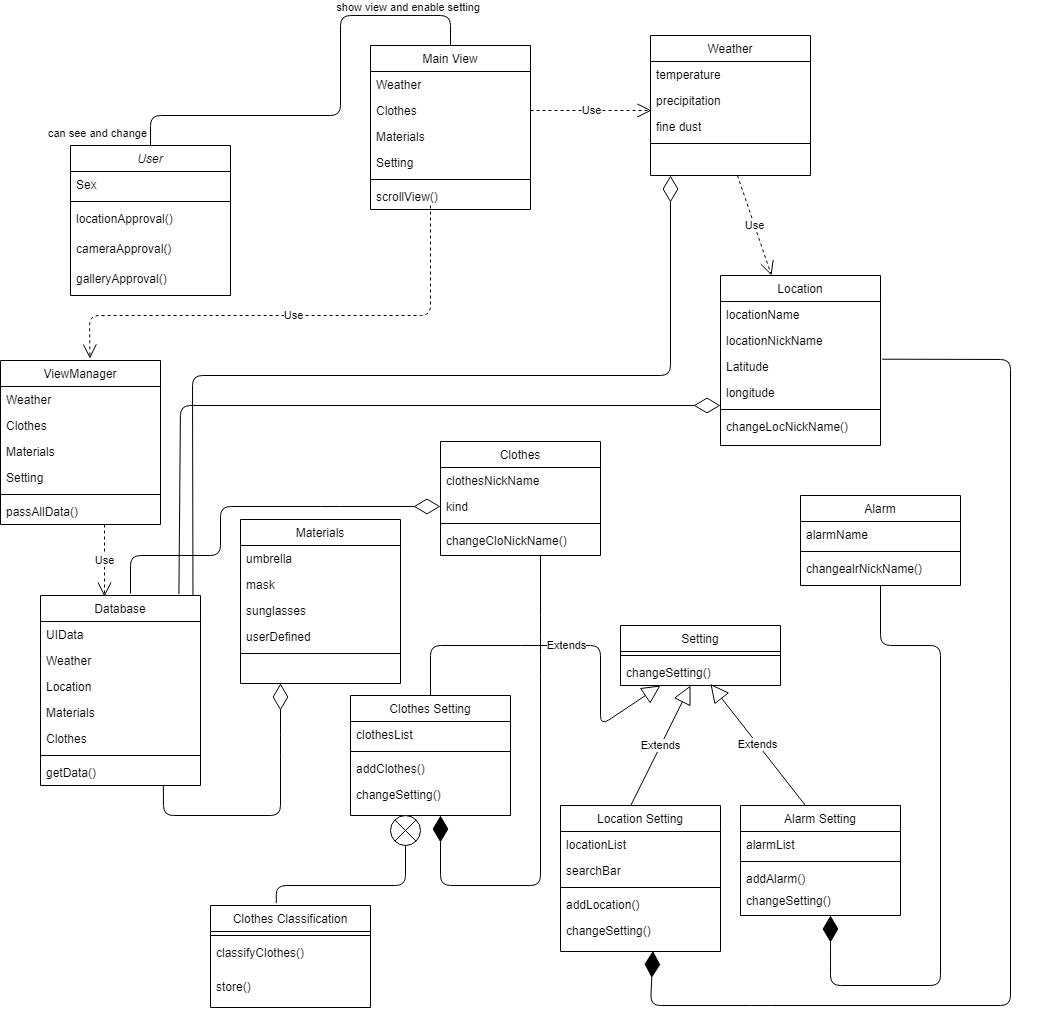
Earlier version of the draw.io export class1.png (kong430/Moning-diagram). Source tidied: cells renumbered, new cells last; positions are measured from the earlier drawing's top-left corner, leaving out a move shared by most shapes.
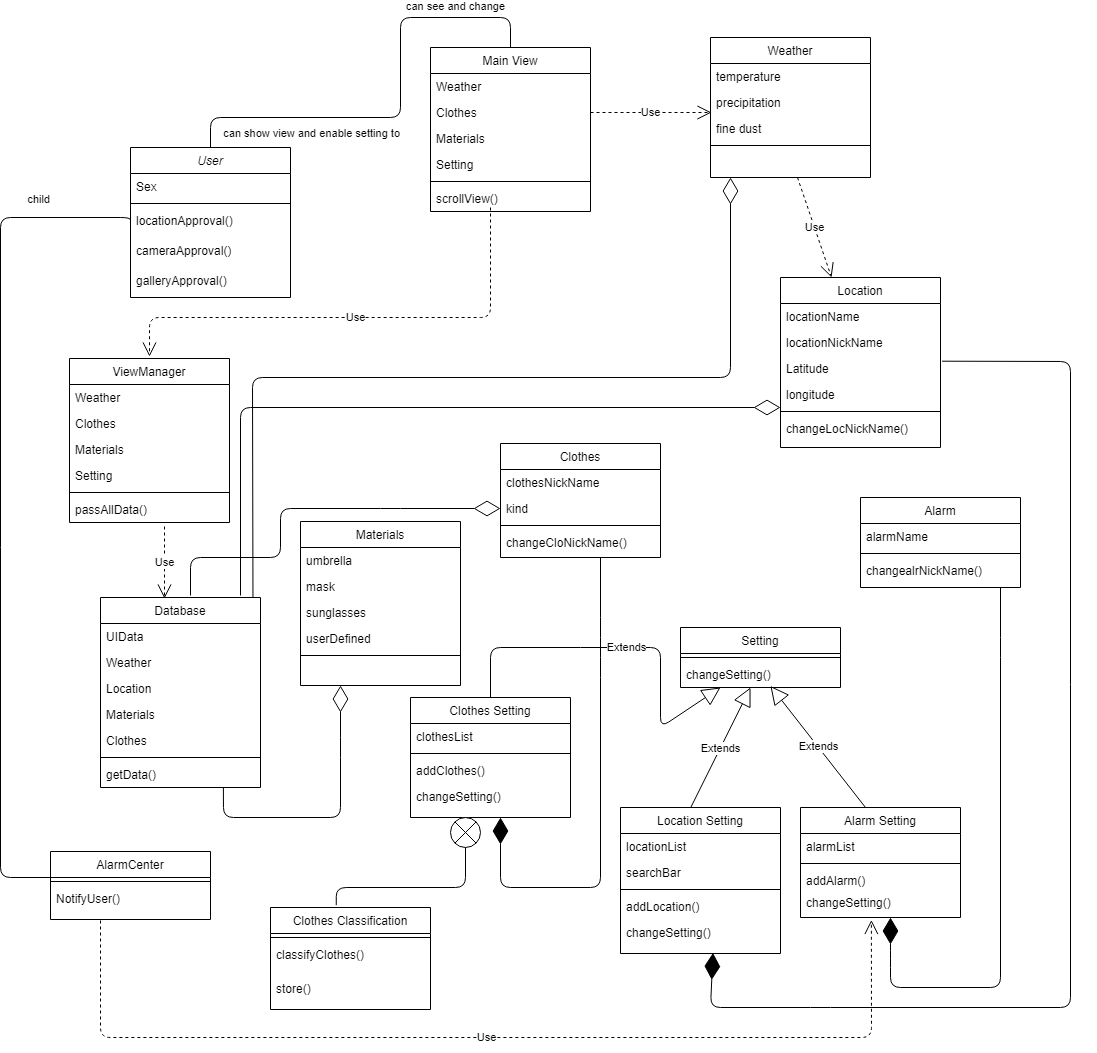
Above is the later version.

The edit, as a diff of the source:
```diff
@@ -115,9 +115,10 @@
     <mxCell id="38" style="line;html=1;strokeWidth=1;align=left;verticalAlign=middle;spacingTop=-1;spacingLeft=3;spacingRight=3;labelPosition=right;" parent="33" vertex="1">
       <mxGeometry y="130" width="160" height="8" as="geometry" />
     </mxCell>
-    <mxCell id="39" value="Use" style="endArrow=open;endSize=12;dashed=1;html=1;entryX=0.559;entryY=-0.012;entryDx=0;entryDy=0;entryPerimeter=0;" parent="1" edge="1" target="87">
+    <mxCell id="39" value="Use" style="endArrow=open;endSize=12;dashed=1;html=1;" parent="1" edge="1">
       <mxGeometry relative="1" as="geometry">
         <mxPoint x="430" y="190" as="sourcePoint" />
+        <mxPoint x="89" y="339" as="targetPoint" />
         <Array as="points">
           <mxPoint x="430" y="300" />
           <mxPoint x="89" y="300" />
@@ -188,11 +189,11 @@
     <mxCell id="59" value="changealrNickName()" style="text;align=left;verticalAlign=top;spacingLeft=4;spacingRight=4;overflow=hidden;" parent="56" vertex="1">
       <mxGeometry y="60" width="160" height="26" as="geometry" />
     </mxCell>
-    <mxCell id="60" style="endArrow=diamondThin;endFill=1;endSize=24;html=1;exitX=0.5;exitY=1;exitDx=0;exitDy=0;" parent="1" edge="1" source="56">
+    <mxCell id="60" style="endArrow=diamondThin;endFill=1;endSize=24;html=1;" parent="1" edge="1">
       <mxGeometry relative="1" as="geometry">
+        <mxPoint x="940" y="570" as="sourcePoint" />
         <mxPoint x="830" y="900" as="targetPoint" />
         <Array as="points">
-          <mxPoint x="880" y="630" />
           <mxPoint x="940" y="630" />
           <mxPoint x="940" y="970" />
           <mxPoint x="830" y="970" />
@@ -313,8 +314,9 @@
         </Array>
       </mxGeometry>
     </mxCell>
-    <mxCell id="85" style="endArrow=diamondThin;endFill=0;endSize=24;html=1;exitX=0.865;exitY=-0.008;exitDx=0;exitDy=0;exitPerimeter=0;" parent="1" edge="1" source="74">
+    <mxCell id="85" style="endArrow=diamondThin;endFill=0;endSize=24;html=1;" parent="1" edge="1">
       <mxGeometry relative="1" as="geometry">
+        <mxPoint x="180" y="578" as="sourcePoint" />
         <mxPoint x="720" y="390" as="targetPoint" />
         <Array as="points">
           <mxPoint x="180" y="390" />
@@ -325,7 +327,7 @@
       <mxGeometry relative="1" as="geometry" />
     </mxCell>
     <mxCell id="87" value="ViewManager" style="swimlane;fontStyle=0;align=center;verticalAlign=top;horizontal=1;startSize=26;rounded=0;shadow=0;strokeWidth=1;" parent="1" vertex="1">
-      <mxGeometry y="345" width="160" height="164" as="geometry" />
+      <mxGeometry x="9" y="341" width="160" height="164" as="geometry" />
     </mxCell>
     <mxCell id="88" value="Weather" style="text;align=left;verticalAlign=top;spacingLeft=4;spacingRight=4;overflow=hidden;" parent="87" vertex="1">
       <mxGeometry y="26" width="160" height="26" as="geometry" />
@@ -371,15 +373,47 @@
         </Array>
       </mxGeometry>
     </mxCell>
-    <mxCell id="97" value="show view and enable setting" style="edgeLabel;html=1;align=right;verticalAlign=bottom;" parent="96" vertex="1">
+    <mxCell id="97" value="can show view and enable setting to" style="edgeLabel;html=1;align=right;verticalAlign=bottom;" parent="96" vertex="1">
       <mxGeometry x="1" relative="1" as="geometry">
-        <mxPoint x="30" y="-30" as="offset" />
+        <mxPoint x="-110" y="93.9" as="offset" />
       </mxGeometry>
     </mxCell>
     <mxCell id="98" value="can see and change" style="edgeLabel;html=1;align=right;verticalAlign=bottom;" parent="1" vertex="1">
-      <mxGeometry x="140" y="130" as="geometry">
-        <mxPoint x="7" y="-4" as="offset" />
+      <mxGeometry x="430" y="-10" as="geometry">
+        <mxPoint x="15" y="7" as="offset" />
       </mxGeometry>
     </mxCell>
+    <mxCell id="99" value="AlarmCenter" style="swimlane;fontStyle=0;align=center;verticalAlign=top;horizontal=1;startSize=26;rounded=0;shadow=0;strokeWidth=1;" parent="1" vertex="1">
+      <mxGeometry x="-10" y="834" width="160" height="68" as="geometry" />
+    </mxCell>
+    <mxCell id="100" style="line;html=1;strokeWidth=1;align=left;verticalAlign=middle;spacingTop=-1;spacingLeft=3;spacingRight=3;labelPosition=right;points=[];portConstraint=eastwest;" parent="99" vertex="1">
+      <mxGeometry y="26" width="160" height="8" as="geometry" />
+    </mxCell>
+    <mxCell id="101" value="NotifyUser()" style="text;align=left;verticalAlign=top;spacingLeft=4;spacingRight=4;overflow=hidden;" parent="99" vertex="1">
+      <mxGeometry y="34" width="160" height="34" as="geometry" />
+    </mxCell>
+    <mxCell id="102" value="Use" style="endArrow=open;endSize=12;dashed=1;html=1;entryX=0.443;entryY=1.174;entryDx=0;entryDy=0;entryPerimeter=0;" parent="1" edge="1" target="55">
+      <mxGeometry relative="1" as="geometry">
+        <mxPoint x="40" y="903" as="sourcePoint" />
+        <Array as="points">
+          <mxPoint x="40" y="1020" />
+          <mxPoint x="811" y="1020" />
+        </Array>
+      </mxGeometry>
+    </mxCell>
+    <mxCell id="103" style="endArrow=none;html=1;edgeStyle=orthogonalEdgeStyle;exitX=0;exitY=0.5;exitDx=0;exitDy=0;" parent="1" edge="1" source="5" target="100">
+      <mxGeometry relative="1" as="geometry">
+        <Array as="points">
+          <mxPoint x="70" y="200" />
+          <mxPoint x="-60" y="200" />
+          <mxPoint x="-60" y="860" />
+        </Array>
+      </mxGeometry>
+    </mxCell>
+    <mxCell id="104" value="child" style="edgeLabel;html=1;align=right;verticalAlign=bottom;" parent="103" vertex="1">
+      <mxGeometry x="1" relative="1" as="geometry">
+        <mxPoint x="0.2" y="-670.1" as="offset" />
+      </mxGeometry>
+    </mxCell>
   </root>
 </mxGraphModel>
```
